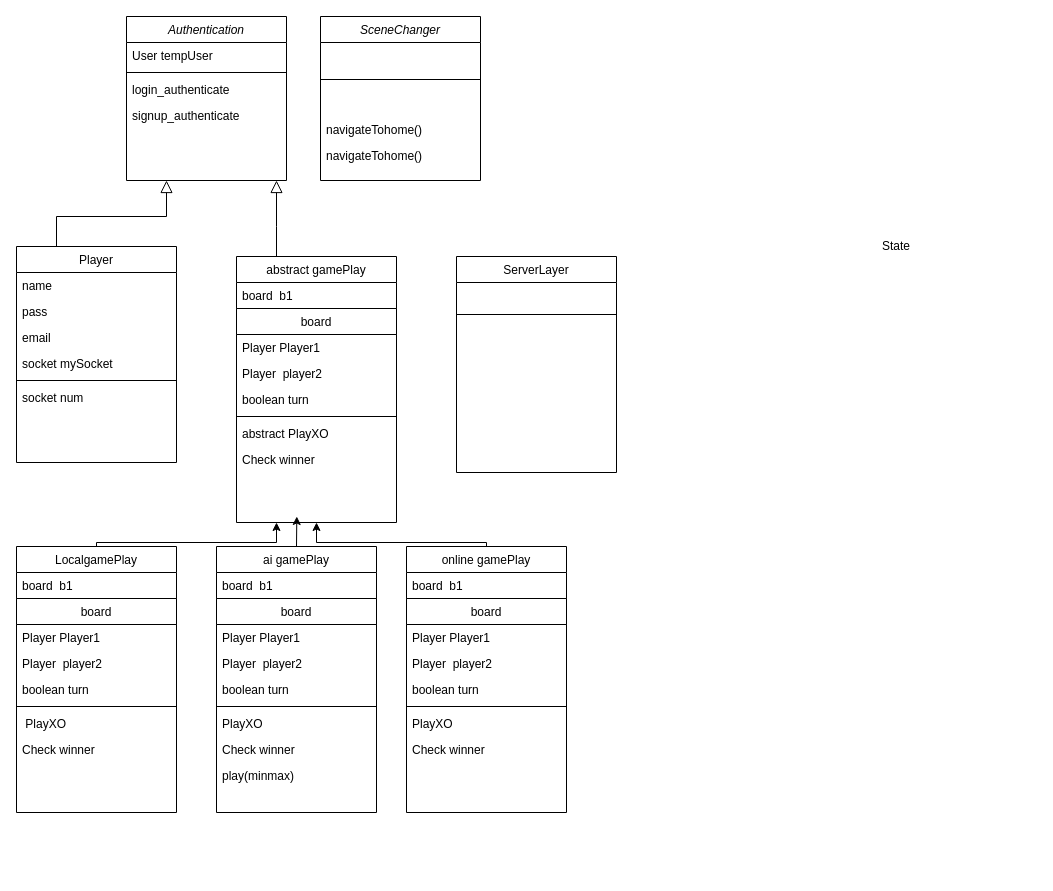
Mustafa-elite/Tic-Tac-Toe-Client keeps this draw.io diagram as Untitled Diagram.drawio. Above is the earlier version. Source tidied: cells renumbered, new cells numbered last; positions are measured from the earlier drawing's top-left corner, leaving out a move shared by most shapes. Both pictures are drawn from the tidied source at 100%, with x=0, y=0 at pixel (16, 16).
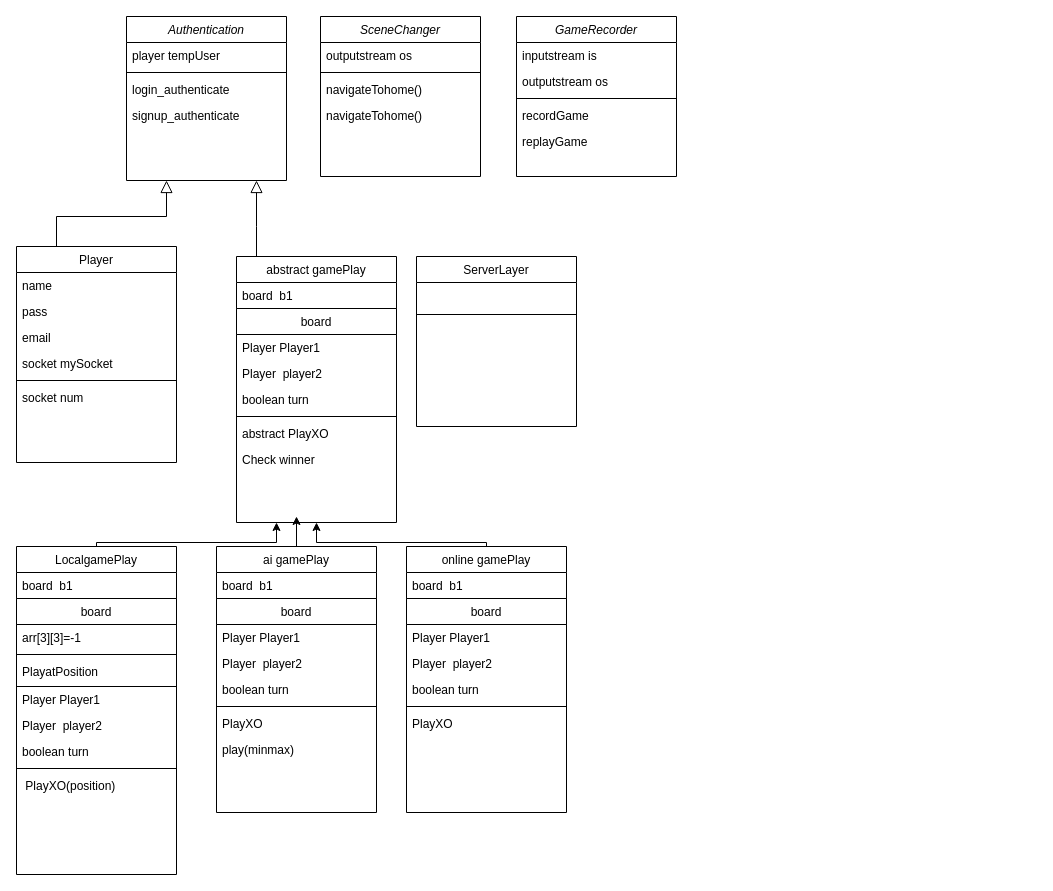
After the change.

Unchanged cells that the change refers to:
```xml
<mxCell id="2" value="Authentication" style="swimlane;fontStyle=2;align=center;verticalAlign=top;horizontal=1;startSize=26;rounded=0;shadow=0;strokeWidth=1;" parent="1" vertex="1">
  <mxGeometry x="110" width="160" height="164" as="geometry" />
</mxCell>
<mxCell id="15" value="abstract gamePlay" style="swimlane;fontStyle=0;align=center;verticalAlign=top;horizontal=1;startSize=26;rounded=0;shadow=0;strokeWidth=1;" parent="1" vertex="1">
  <mxGeometry x="220" y="240" width="160" height="266" as="geometry" />
</mxCell>
<mxCell id="29" value="ai gamePlay" style="swimlane;fontStyle=0;align=center;verticalAlign=top;horizontal=1;startSize=26;rounded=0;shadow=0;strokeWidth=1;" parent="1" vertex="1">
  <mxGeometry x="200" y="530" width="160" height="266" as="geometry" />
</mxCell>
<mxCell id="40" value="online gamePlay" style="swimlane;fontStyle=0;align=center;verticalAlign=top;horizontal=1;startSize=26;rounded=0;shadow=0;strokeWidth=1;" parent="1" vertex="1">
  <mxGeometry x="390" y="530" width="160" height="266" as="geometry" />
</mxCell>
```

Change to the diagram source:
```diff
@@
-    <mxCell id="3" value="User tempUser" style="text;align=left;verticalAlign=top;spacingLeft=4;spacingRight=4;overflow=hidden;" parent="2" vertex="1">
+    <mxCell id="3" value="player tempUser" style="text;align=left;verticalAlign=top;spacingLeft=4;spacingRight=4;overflow=hidden;" parent="2" vertex="1">
       <mxGeometry y="26" width="160" height="26" as="geometry" />
     </mxCell>
@@
     <mxCell id="24" style="endArrow=block;endSize=10;endFill=0;shadow=0;strokeWidth=1;rounded=0;curved=0;edgeStyle=elbowEdgeStyle;elbow=vertical;" parent="1" edge="1" source="15" target="2">
       <mxGeometry relative="1" as="geometry">
         <Array as="points">
-          <mxPoint x="260" y="210" />
+          <mxPoint x="240" y="210" />
           <mxPoint x="250" y="220" />
           <mxPoint x="230" y="200" />
         </Array>
       </mxGeometry>
     </mxCell>
-    <mxCell id="25" value="State" style="text;align=left;verticalAlign=top;spacingLeft=4;spacingRight=4;overflow=hidden;rounded=0;shadow=0;html=0;" parent="1" vertex="1">
-      <mxGeometry x="860" y="216" width="160" height="26" as="geometry" />
-    </mxCell>
     <mxCell id="26" value="ServerLayer" style="swimlane;fontStyle=0;align=center;verticalAlign=top;horizontal=1;startSize=26;rounded=0;shadow=0;strokeWidth=1;" parent="1" vertex="1">
-      <mxGeometry x="440" y="240" width="160" height="216" as="geometry" />
+      <mxGeometry x="400" y="240" width="160" height="170" as="geometry" />
     </mxCell>
@@
     <mxCell id="28" style="edgeStyle=orthogonalEdgeStyle;rounded=0;jettySize=auto;html=1;exitX=0.5;exitY=0;exitDx=0;exitDy=0;" parent="1" edge="1" source="29">
       <mxGeometry relative="1" as="geometry">
-        <mxPoint x="280.3" y="500" as="targetPoint" />
+        <mxPoint x="280" y="500" as="targetPoint" />
       </mxGeometry>
     </mxCell>
@@
-    <mxCell id="37" value="Check winner" style="text;align=left;verticalAlign=top;spacingLeft=4;spacingRight=4;overflow=hidden;" parent="29" vertex="1">
-      <mxGeometry y="190" width="160" height="26" as="geometry" />
-    </mxCell>
     <mxCell id="38" value="play(minmax)" style="text;align=left;verticalAlign=top;spacingLeft=4;spacingRight=4;overflow=hidden;" parent="29" vertex="1">
-      <mxGeometry y="216" width="160" height="26" as="geometry" />
+      <mxGeometry y="190" width="160" height="26" as="geometry" />
     </mxCell>
@@
-    <mxCell id="48" value="Check winner" style="text;align=left;verticalAlign=top;spacingLeft=4;spacingRight=4;overflow=hidden;" parent="40" vertex="1">
-      <mxGeometry y="190" width="160" height="26" as="geometry" />
-    </mxCell>
@@
     <mxCell id="50" value="LocalgamePlay" style="swimlane;fontStyle=0;align=center;verticalAlign=top;horizontal=1;startSize=26;rounded=0;shadow=0;strokeWidth=1;" parent="1" vertex="1">
-      <mxGeometry y="530" width="160" height="266" as="geometry" />
+      <mxGeometry y="530" width="160" height="328" as="geometry" />
     </mxCell>
@@
-    <mxCell id="52" value="board" style="swimlane;fontStyle=0;align=center;verticalAlign=top;horizontal=1;startSize=26;rounded=0;shadow=0;strokeWidth=1;" parent="50" vertex="1" collapsed="1">
-      <mxGeometry y="52" width="160" height="26" as="geometry" />
+    <mxCell id="52" value="board" style="swimlane;fontStyle=0;align=center;verticalAlign=top;horizontal=1;startSize=26;rounded=0;shadow=0;strokeWidth=1;" parent="50" vertex="1">
+      <mxGeometry y="52" width="160" height="88" as="geometry" />
     </mxCell>
+    <mxCell id="63" value="arr[3][3]=-1" style="text;align=left;verticalAlign=top;spacingLeft=4;spacingRight=4;overflow=hidden;" parent="52" vertex="1">
+      <mxGeometry y="26" width="160" height="26" as="geometry" />
+    </mxCell>
+    <mxCell id="64" style="line;html=1;strokeWidth=1;align=left;verticalAlign=middle;spacingTop=-1;spacingLeft=3;spacingRight=3;labelPosition=right;" parent="52" vertex="1">
+      <mxGeometry y="52" width="160" height="8" as="geometry" />
+    </mxCell>
+    <mxCell id="65" value="PlayatPosition" style="text;align=left;verticalAlign=top;spacingLeft=4;spacingRight=4;overflow=hidden;" parent="52" vertex="1">
+      <mxGeometry y="60" width="160" height="26" as="geometry" />
+    </mxCell>
     <mxCell id="53" value="Player Player1" style="text;align=left;verticalAlign=top;spacingLeft=4;spacingRight=4;overflow=hidden;" parent="50" vertex="1">
-      <mxGeometry y="78" width="160" height="26" as="geometry" />
+      <mxGeometry y="140" width="160" height="26" as="geometry" />
     </mxCell>
     <mxCell id="54" value="Player  player2" style="text;align=left;verticalAlign=top;spacingLeft=4;spacingRight=4;overflow=hidden;" parent="50" vertex="1">
-      <mxGeometry y="104" width="160" height="26" as="geometry" />
+      <mxGeometry y="166" width="160" height="26" as="geometry" />
     </mxCell>
     <mxCell id="55" value="boolean turn" style="text;align=left;verticalAlign=top;spacingLeft=4;spacingRight=4;overflow=hidden;" parent="50" vertex="1">
-      <mxGeometry y="130" width="160" height="26" as="geometry" />
+      <mxGeometry y="192" width="160" height="26" as="geometry" />
     </mxCell>
     <mxCell id="56" style="line;html=1;strokeWidth=1;align=left;verticalAlign=middle;spacingTop=-1;spacingLeft=3;spacingRight=3;labelPosition=right;" parent="50" vertex="1">
-      <mxGeometry y="156" width="160" height="8" as="geometry" />
+      <mxGeometry y="218" width="160" height="8" as="geometry" />
     </mxCell>
-    <mxCell id="57" value=" PlayXO" style="text;align=left;verticalAlign=top;spacingLeft=4;spacingRight=4;overflow=hidden;" parent="50" vertex="1">
-      <mxGeometry y="164" width="160" height="26" as="geometry" />
+    <mxCell id="57" value=" PlayXO(position)" style="text;align=left;verticalAlign=top;spacingLeft=4;spacingRight=4;overflow=hidden;" parent="50" vertex="1">
+      <mxGeometry y="226" width="160" height="26" as="geometry" />
     </mxCell>
-    <mxCell id="58" value="Check winner" style="text;align=left;verticalAlign=top;spacingLeft=4;spacingRight=4;overflow=hidden;" parent="50" vertex="1">
-      <mxGeometry y="190" width="160" height="26" as="geometry" />
-    </mxCell>
     <mxCell id="59" value="SceneChanger" style="swimlane;fontStyle=2;align=center;verticalAlign=top;horizontal=1;startSize=26;rounded=0;shadow=0;strokeWidth=1;" parent="1" vertex="1">
-      <mxGeometry x="304" width="160" height="164" as="geometry" />
+      <mxGeometry x="304" width="160" height="160" as="geometry" />
     </mxCell>
-    <mxCell id="60" style="line;html=1;strokeWidth=1;align=left;verticalAlign=middle;spacingTop=-1;spacingLeft=3;spacingRight=3;labelPosition=right;" parent="59" vertex="1">
-      <mxGeometry y="26" width="160" height="74" as="geometry" />
-    </mxCell>
+    <mxCell id="66" value="outputstream os" style="text;align=left;verticalAlign=top;spacingLeft=4;spacingRight=4;overflow=hidden;" parent="59" vertex="1">
+      <mxGeometry y="26" width="160" height="26" as="geometry" />
+    </mxCell>
+    <mxCell id="67" style="line;html=1;strokeWidth=1;align=left;verticalAlign=middle;spacingTop=-1;spacingLeft=3;spacingRight=3;labelPosition=right;" parent="59" vertex="1">
+      <mxGeometry y="52" width="160" height="8" as="geometry" />
+    </mxCell>
     <mxCell id="61" value="navigateTohome()" style="text;align=left;verticalAlign=top;spacingLeft=4;spacingRight=4;overflow=hidden;" parent="59" vertex="1">
-      <mxGeometry y="100" width="160" height="26" as="geometry" />
+      <mxGeometry y="60" width="160" height="26" as="geometry" />
     </mxCell>
     <mxCell id="62" value="navigateTohome()" style="text;align=left;verticalAlign=top;spacingLeft=4;spacingRight=4;overflow=hidden;" parent="59" vertex="1">
-      <mxGeometry y="126" width="160" height="26" as="geometry" />
+      <mxGeometry y="86" width="160" height="26" as="geometry" />
     </mxCell>
+    <mxCell id="68" value="GameRecorder" style="swimlane;fontStyle=2;align=center;verticalAlign=top;horizontal=1;startSize=26;rounded=0;shadow=0;strokeWidth=1;" parent="1" vertex="1">
+      <mxGeometry x="500" width="160" height="160" as="geometry" />
+    </mxCell>
+    <mxCell id="69" value="inputstream is" style="text;align=left;verticalAlign=top;spacingLeft=4;spacingRight=4;overflow=hidden;" parent="68" vertex="1">
+      <mxGeometry y="26" width="160" height="26" as="geometry" />
+    </mxCell>
+    <mxCell id="70" value="outputstream os" style="text;align=left;verticalAlign=top;spacingLeft=4;spacingRight=4;overflow=hidden;" parent="68" vertex="1">
+      <mxGeometry y="52" width="160" height="26" as="geometry" />
+    </mxCell>
+    <mxCell id="71" style="line;html=1;strokeWidth=1;align=left;verticalAlign=middle;spacingTop=-1;spacingLeft=3;spacingRight=3;labelPosition=right;" parent="68" vertex="1">
+      <mxGeometry y="78" width="160" height="8" as="geometry" />
+    </mxCell>
+    <mxCell id="72" value="recordGame" style="text;align=left;verticalAlign=top;spacingLeft=4;spacingRight=4;overflow=hidden;" parent="68" vertex="1">
+      <mxGeometry y="86" width="160" height="26" as="geometry" />
+    </mxCell>
+    <mxCell id="73" value="replayGame" style="text;align=left;verticalAlign=top;spacingLeft=4;spacingRight=4;overflow=hidden;" parent="68" vertex="1">
+      <mxGeometry y="112" width="160" height="26" as="geometry" />
+    </mxCell>
```
